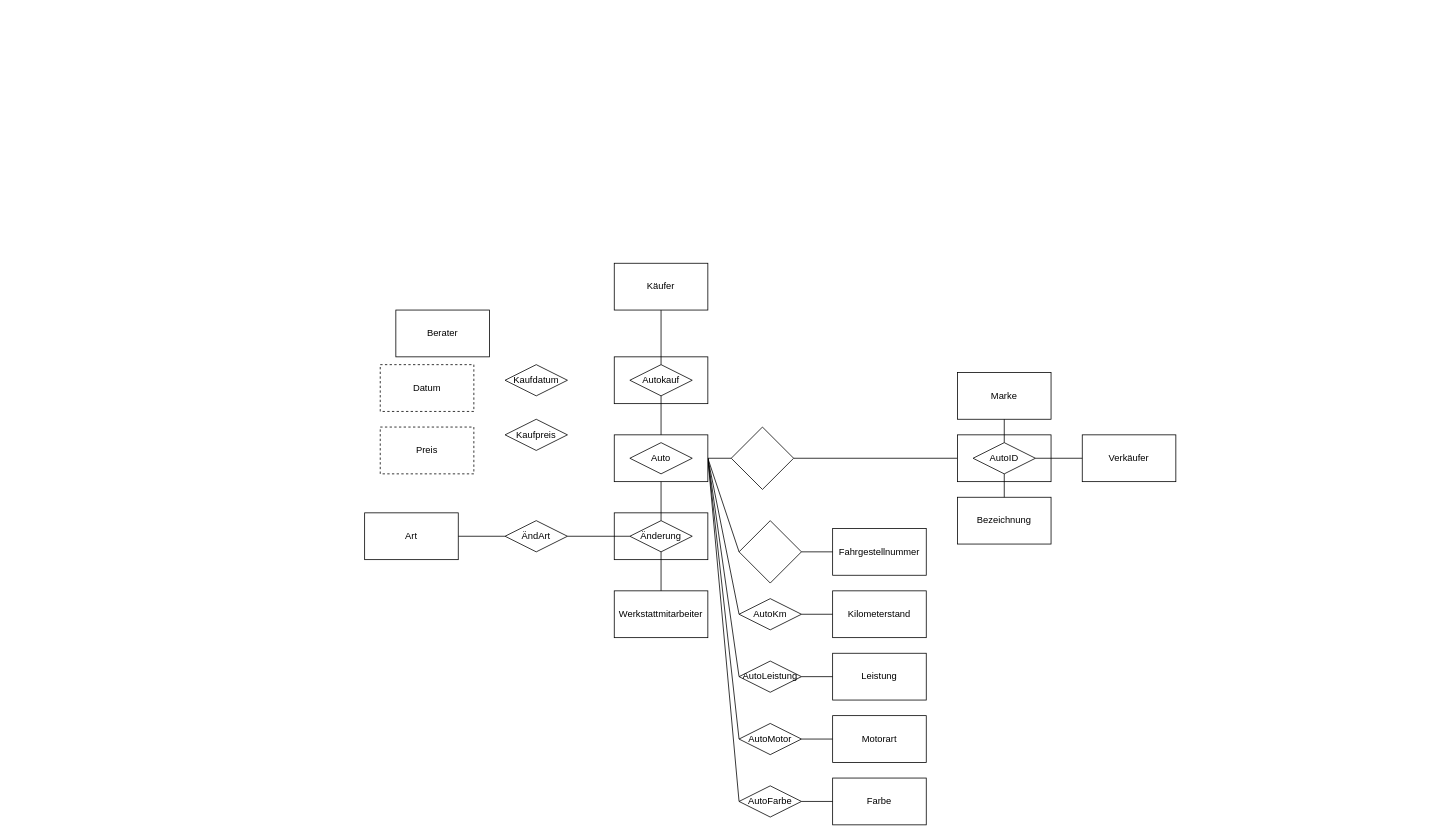
The draw.io diagram Studium/DBTut.drawio in mitmirzutun/Datenbanken, before the edit. Source tidied: cells renumbered, new cells numbered last; positions are measured from the earlier drawing's top-left corner, leaving out a move shared by most shapes. Both pictures are drawn from the tidied source at 78%, with x=0, y=0 at pixel (364, 263).
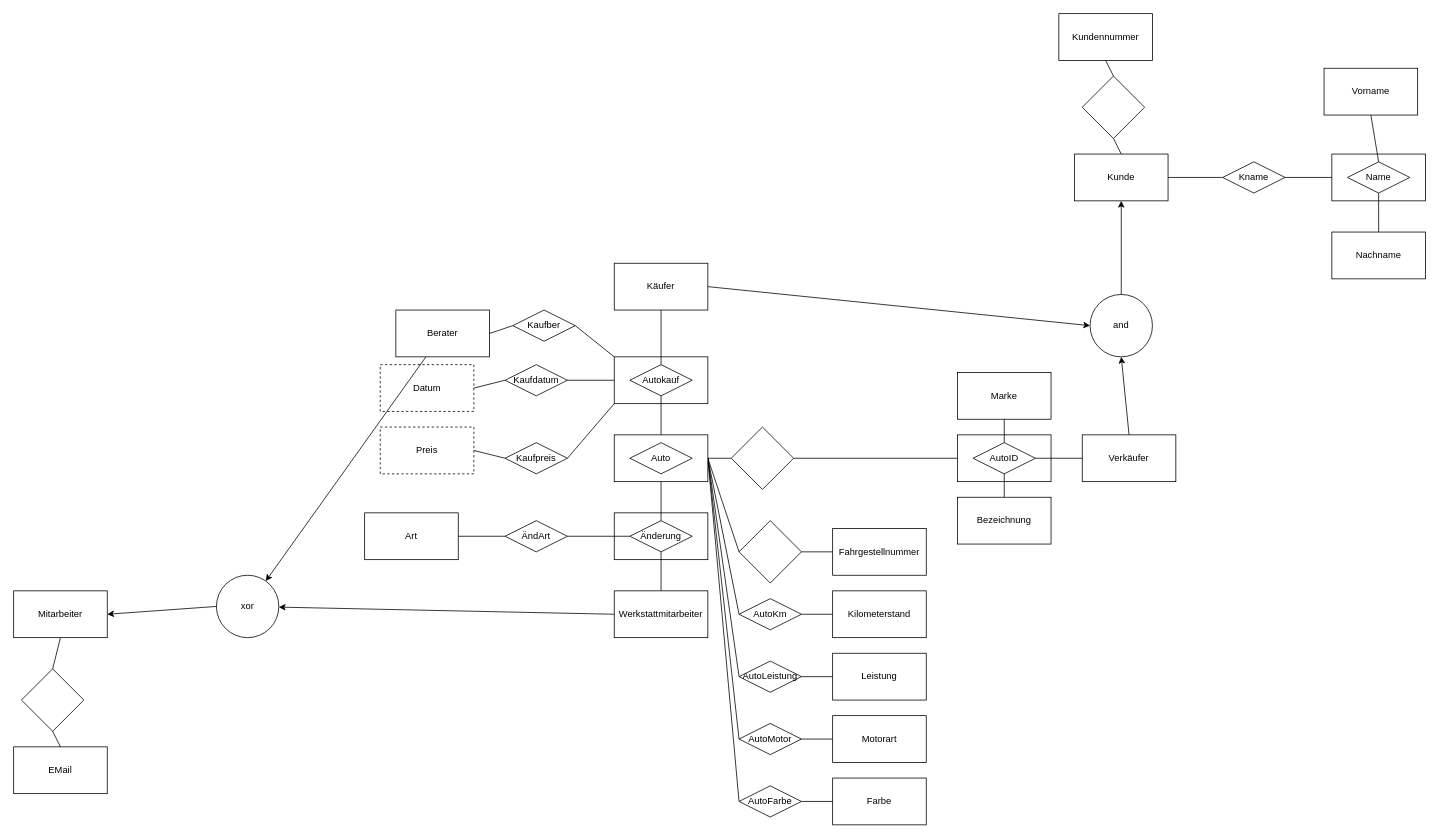
The same page after the edit.

The change refers to these unchanged cells:
```xml
<mxCell id="29" value="Verkäufer" style="rounded=0;whiteSpace=wrap;html=1;" parent="1" vertex="1">
  <mxGeometry x="920" y="220" width="120" height="60" as="geometry" />
</mxCell>
<mxCell id="37" value="Werkstattmitarbeiter" style="rounded=0;whiteSpace=wrap;html=1;" parent="1" vertex="1">
  <mxGeometry x="320" y="420" width="120" height="60" as="geometry" />
</mxCell>
<mxCell id="48" style="rounded=0;whiteSpace=wrap;html=1;" parent="47" vertex="1">
  <mxGeometry width="120" height="60" as="geometry" />
</mxCell>
<mxCell id="52" value="Käufer" style="rounded=0;whiteSpace=wrap;html=1;" parent="1" vertex="1">
  <mxGeometry x="320" width="120" height="60" as="geometry" />
</mxCell>
<mxCell id="53" value="Berater" style="rounded=0;whiteSpace=wrap;html=1;" parent="1" vertex="1">
  <mxGeometry x="40" y="60" width="120" height="60" as="geometry" />
</mxCell>
<mxCell id="55" value="Kaufdatum" style="rhombus;whiteSpace=wrap;html=1;" parent="1" vertex="1">
  <mxGeometry x="180" y="130" width="80" height="40" as="geometry" />
</mxCell>
<mxCell id="56" value="Datum" style="rounded=0;whiteSpace=wrap;html=1;dashed=1;" parent="1" vertex="1">
  <mxGeometry x="20" y="130" width="120" height="60" as="geometry" />
</mxCell>
<mxCell id="57" value="Preis" style="rounded=0;whiteSpace=wrap;html=1;dashed=1;" parent="1" vertex="1">
  <mxGeometry x="20" y="210" width="120" height="60" as="geometry" />
</mxCell>
```

Change to the diagram source:
```diff
@@
     <mxCell id="54" value="Kaufpreis" style="rhombus;whiteSpace=wrap;html=1;" parent="1" vertex="1">
-      <mxGeometry x="180" y="200" width="80" height="40" as="geometry" />
+      <mxGeometry x="180" y="230" width="80" height="40" as="geometry" />
     </mxCell>
@@
+    <mxCell id="58" value="Kaufber" style="rhombus;whiteSpace=wrap;html=1;" parent="1" vertex="1">
+      <mxGeometry x="190" y="60" width="80" height="40" as="geometry" />
+    </mxCell>
+    <mxCell id="59" style="endArrow=none;html=1;rounded=0;exitX=0;exitY=1;exitDx=0;exitDy=0;entryX=1;entryY=0.5;entryDx=0;entryDy=0;" parent="1" edge="1" source="48" target="54">
+      <mxGeometry relative="1" as="geometry" />
+    </mxCell>
+    <mxCell id="60" style="endArrow=none;html=1;rounded=0;exitX=0;exitY=0.5;exitDx=0;exitDy=0;entryX=1;entryY=0.5;entryDx=0;entryDy=0;" parent="1" edge="1" source="54" target="57">
+      <mxGeometry relative="1" as="geometry" />
+    </mxCell>
+    <mxCell id="61" style="endArrow=none;html=1;rounded=0;exitX=0;exitY=0.5;exitDx=0;exitDy=0;entryX=1;entryY=0.5;entryDx=0;entryDy=0;" parent="1" edge="1" source="58" target="53">
+      <mxGeometry relative="1" as="geometry" />
+    </mxCell>
+    <mxCell id="62" style="endArrow=none;html=1;rounded=0;exitX=0;exitY=0;exitDx=0;exitDy=0;entryX=1;entryY=0.5;entryDx=0;entryDy=0;" parent="1" edge="1" source="48" target="58">
+      <mxGeometry relative="1" as="geometry" />
+    </mxCell>
+    <mxCell id="63" style="endArrow=none;html=1;rounded=0;exitX=0;exitY=0.5;exitDx=0;exitDy=0;entryX=1;entryY=0.5;entryDx=0;entryDy=0;" parent="1" edge="1" source="55" target="56">
+      <mxGeometry relative="1" as="geometry" />
+    </mxCell>
+    <mxCell id="64" style="endArrow=none;html=1;rounded=0;exitX=0;exitY=0.5;exitDx=0;exitDy=0;entryX=1;entryY=0.5;entryDx=0;entryDy=0;" parent="1" edge="1" source="48" target="55">
+      <mxGeometry relative="1" as="geometry" />
+    </mxCell>
+    <mxCell id="65" style="endArrow=classic;html=1;rounded=0;exitX=1;exitY=0.5;exitDx=0;exitDy=0;entryX=0;entryY=0.5;entryDx=0;entryDy=0;" parent="1" edge="1" source="52" target="66">
+      <mxGeometry relative="1" as="geometry" />
+    </mxCell>
+    <mxCell id="66" value="and" style="ellipse;whiteSpace=wrap;html=1;" parent="1" vertex="1">
+      <mxGeometry x="930" y="40" width="80" height="80" as="geometry" />
+    </mxCell>
+    <mxCell id="67" style="endArrow=classic;html=1;rounded=0;exitX=0.5;exitY=0;exitDx=0;exitDy=0;entryX=0.5;entryY=1;entryDx=0;entryDy=0;" parent="1" edge="1" source="29" target="66">
+      <mxGeometry relative="1" as="geometry" />
+    </mxCell>
+    <mxCell id="68" value="Kunde" style="rounded=0;whiteSpace=wrap;html=1;" parent="1" vertex="1">
+      <mxGeometry x="910" y="-140" width="120" height="60" as="geometry" />
+    </mxCell>
+    <mxCell id="69" style="endArrow=classic;html=1;rounded=0;exitX=0.5;exitY=0;exitDx=0;exitDy=0;entryX=0.5;entryY=1;entryDx=0;entryDy=0;" parent="1" edge="1" source="66" target="68">
+      <mxGeometry relative="1" as="geometry" />
+    </mxCell>
+    <mxCell id="70" value="Kundennummer" style="rounded=0;whiteSpace=wrap;html=1;" parent="1" vertex="1">
+      <mxGeometry x="890" y="-320" width="120" height="60" as="geometry" />
+    </mxCell>
+    <mxCell id="71" style="rhombus;whiteSpace=wrap;html=1;" parent="1" vertex="1">
+      <mxGeometry x="920" y="-240" width="80" height="80" as="geometry" />
+    </mxCell>
+    <mxCell id="72" style="endArrow=none;html=1;rounded=0;exitX=0.5;exitY=0;exitDx=0;exitDy=0;entryX=0.5;entryY=1;entryDx=0;entryDy=0;" parent="1" edge="1" source="71" target="70">
+      <mxGeometry relative="1" as="geometry" />
+    </mxCell>
+    <mxCell id="73" style="endArrow=none;html=1;rounded=0;exitX=0.5;exitY=0;exitDx=0;exitDy=0;entryX=0.5;entryY=1;entryDx=0;entryDy=0;" parent="1" edge="1" source="68" target="71">
+      <mxGeometry relative="1" as="geometry" />
+    </mxCell>
+    <mxCell id="74" value="Kname" style="rhombus;whiteSpace=wrap;html=1;" parent="1" vertex="1">
+      <mxGeometry x="1100" y="-130" width="80" height="40" as="geometry" />
+    </mxCell>
+    <mxCell id="75" style="group;" parent="1" vertex="1">
+      <mxGeometry x="1240" y="-140" width="120" height="60" as="geometry" />
+    </mxCell>
+    <mxCell id="76" style="rounded=0;whiteSpace=wrap;html=1;" parent="75" vertex="1">
+      <mxGeometry width="120" height="60" as="geometry" />
+    </mxCell>
+    <mxCell id="77" value="Name" style="rhombus;whiteSpace=wrap;html=1;" parent="75" vertex="1">
+      <mxGeometry x="20" y="10" width="80" height="40" as="geometry" />
+    </mxCell>
+    <mxCell id="78" value="Vorname" style="rounded=0;whiteSpace=wrap;html=1;" parent="1" vertex="1">
+      <mxGeometry x="1230" y="-250" width="120" height="60" as="geometry" />
+    </mxCell>
+    <mxCell id="79" value="Nachname" style="rounded=0;whiteSpace=wrap;html=1;" parent="1" vertex="1">
+      <mxGeometry x="1240" y="-40" width="120" height="60" as="geometry" />
+    </mxCell>
+    <mxCell id="80" style="endArrow=none;html=1;rounded=0;entryX=0;entryY=0.5;entryDx=0;entryDy=0;exitX=1;exitY=0.5;exitDx=0;exitDy=0;" parent="1" edge="1" source="74" target="76">
+      <mxGeometry relative="1" as="geometry" />
+    </mxCell>
+    <mxCell id="81" style="endArrow=none;html=1;rounded=0;exitX=0.5;exitY=0;exitDx=0;exitDy=0;entryX=0.5;entryY=1;entryDx=0;entryDy=0;" parent="1" edge="1" source="79" target="77">
+      <mxGeometry relative="1" as="geometry" />
+    </mxCell>
+    <mxCell id="82" style="endArrow=none;html=1;rounded=0;entryX=0.5;entryY=1;entryDx=0;entryDy=0;exitX=0.5;exitY=0;exitDx=0;exitDy=0;" parent="1" edge="1" source="77" target="78">
+      <mxGeometry relative="1" as="geometry" />
+    </mxCell>
+    <mxCell id="83" style="endArrow=none;html=1;rounded=0;entryX=0;entryY=0.5;entryDx=0;entryDy=0;exitX=1;exitY=0.5;exitDx=0;exitDy=0;" parent="1" edge="1" source="68" target="74">
+      <mxGeometry relative="1" as="geometry" />
+    </mxCell>
+    <mxCell id="84" value="xor" style="ellipse;whiteSpace=wrap;html=1;" parent="1" vertex="1">
+      <mxGeometry x="-190" y="400" width="80" height="80" as="geometry" />
+    </mxCell>
+    <mxCell id="85" style="endArrow=classic;html=1;rounded=0;" parent="1" edge="1" source="53" target="84">
+      <mxGeometry relative="1" as="geometry" />
+    </mxCell>
+    <mxCell id="86" style="endArrow=classic;html=1;rounded=0;exitX=0;exitY=0.5;exitDx=0;exitDy=0;" parent="1" edge="1" source="37" target="84">
+      <mxGeometry relative="1" as="geometry" />
+    </mxCell>
+    <mxCell id="87" value="Mitarbeiter" style="rounded=0;whiteSpace=wrap;html=1;" parent="1" vertex="1">
+      <mxGeometry x="-450" y="420" width="120" height="60" as="geometry" />
+    </mxCell>
+    <mxCell id="88" style="endArrow=none;html=1;rounded=0;exitX=1;exitY=0.5;exitDx=0;exitDy=0;entryX=0;entryY=0.5;entryDx=0;entryDy=0;startArrow=classic;startFill=1;" parent="1" edge="1" source="87" target="84">
+      <mxGeometry relative="1" as="geometry" />
+    </mxCell>
+    <mxCell id="89" value="EMail" style="rounded=0;whiteSpace=wrap;html=1;" parent="1" vertex="1">
+      <mxGeometry x="-450" y="620" width="120" height="60" as="geometry" />
+    </mxCell>
+    <mxCell id="90" style="rhombus;whiteSpace=wrap;html=1;" parent="1" vertex="1">
+      <mxGeometry x="-440" y="520" width="80" height="80" as="geometry" />
+    </mxCell>
+    <mxCell id="91" style="endArrow=none;html=1;rounded=0;exitX=0.5;exitY=0;exitDx=0;exitDy=0;entryX=0.5;entryY=1;entryDx=0;entryDy=0;" parent="1" edge="1" source="90" target="87">
+      <mxGeometry relative="1" as="geometry" />
+    </mxCell>
+    <mxCell id="92" style="endArrow=none;html=1;rounded=0;exitX=0.5;exitY=0;exitDx=0;exitDy=0;entryX=0.5;entryY=1;entryDx=0;entryDy=0;" parent="1" edge="1" source="89" target="90">
+      <mxGeometry relative="1" as="geometry" />
+    </mxCell>
```
